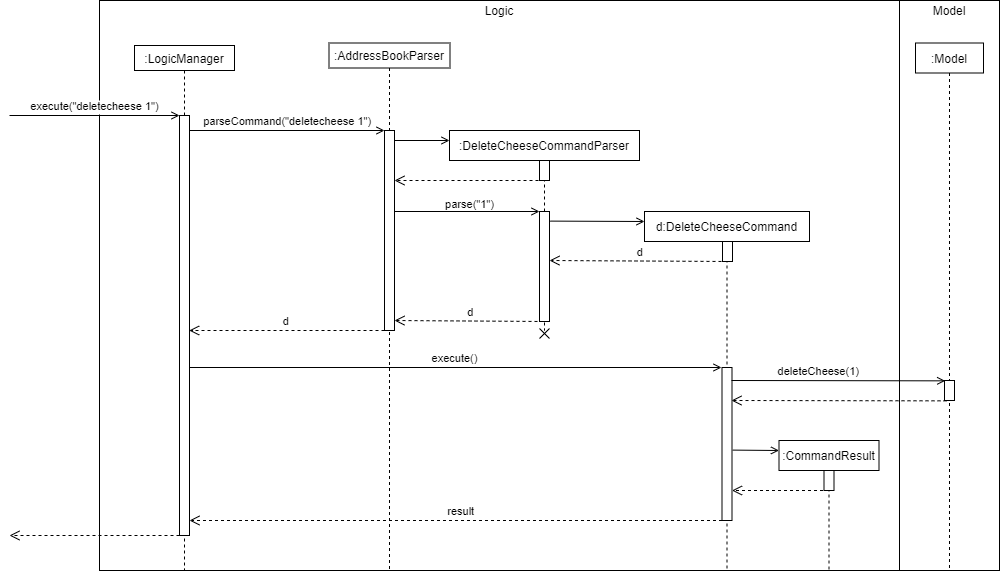
Before: docs/images/DeleteCheeseSeqDiagram_CHIM.png, a diagram exported from draw.io (nus-cs2103-AY2021S2/tp). Source tidied: cells renumbered, new cells last; positions are measured from the earlier drawing's top-left corner, leaving out a move shared by most shapes.
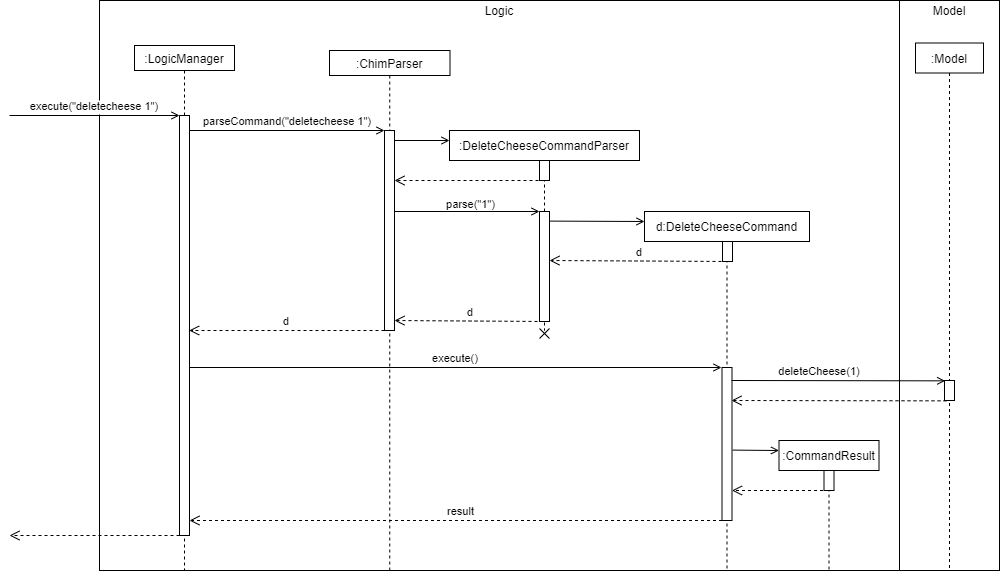
The same diagram one commit later.

Diff of the diagram source:
```diff
@@ -16,8 +16,8 @@
         <mxPoint x="-125" y="70" as="sourcePoint" />
       </mxGeometry>
     </mxCell>
-    <mxCell id="6" value=":AddressBookParser" style="shape=umlLifeline;perimeter=lifelinePerimeter;rounded=0;shadow=0;strokeWidth=1;size=25;" parent="1" vertex="1">
-      <mxGeometry x="319.5" y="42.5" width="121" height="527.5" as="geometry" />
+    <mxCell id="6" value=":ChimParser" style="shape=umlLifeline;perimeter=lifelinePerimeter;rounded=0;shadow=0;strokeWidth=1;size=25;" parent="1" vertex="1">
+      <mxGeometry x="320" y="50" width="120.5" height="520" as="geometry" />
     </mxCell>
     <mxCell id="7" value="d" style="verticalAlign=bottom;endArrow=open;dashed=1;endSize=8;exitX=0.033;exitY=1.008;shadow=0;strokeWidth=1;exitDx=0;exitDy=0;exitPerimeter=0;" parent="1" edge="1">
       <mxGeometry relative="1" as="geometry">
```
